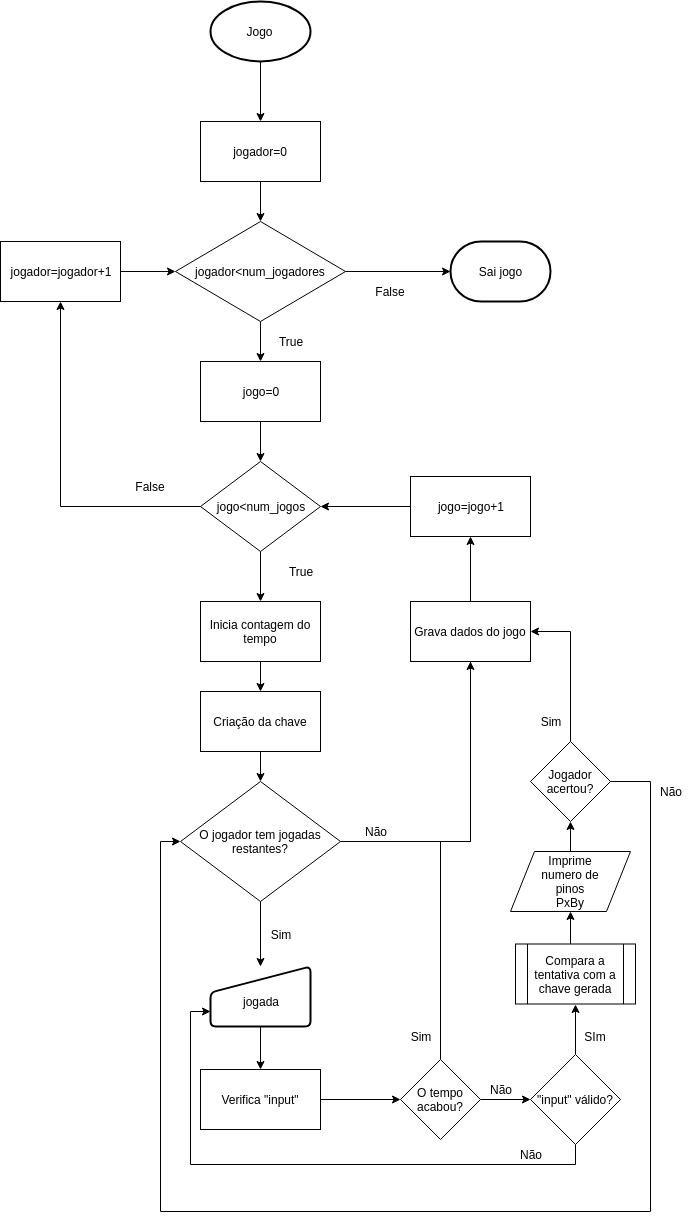
This is Relatorio/jogo.png from kikofmas/Projeto-Prog, a draw.io export, as it was before one commit. Source tidied: cells renumbered, new cells last; positions are measured from the earlier drawing's top-left corner, leaving out a move shared by most shapes.
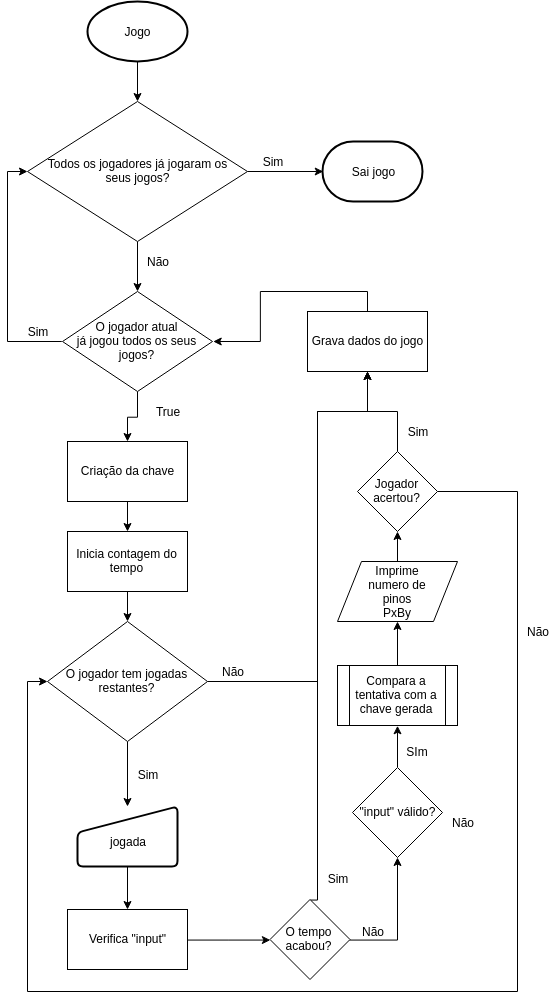
After the commit.

Diff of the diagram source:
```diff
@@ -2,76 +2,52 @@
   <root>
     <mxCell id="0" />
     <mxCell id="1" parent="0" />
-    <mxCell id="2" style="edgeStyle=orthogonalEdgeStyle;rounded=0;jettySize=auto;html=1;" parent="1" edge="1" source="3" target="5">
-      <mxGeometry relative="1" as="geometry" />
-    </mxCell>
+    <mxCell id="58" style="edgeStyle=orthogonalEdgeStyle;rounded=0;jettySize=auto;html=1;" parent="1" edge="1" source="3" target="8">
+      <mxGeometry relative="1" as="geometry" />
+    </mxCell>
     <mxCell id="3" value="Jogo" style="strokeWidth=2;html=1;shape=mxgraph.flowchart.start_1;whiteSpace=wrap;" parent="1" vertex="1">
-      <mxGeometry x="210" width="100" height="60" as="geometry" />
+      <mxGeometry x="220" y="160" width="100" height="60" as="geometry" />
     </mxCell>
-    <mxCell id="4" style="edgeStyle=orthogonalEdgeStyle;rounded=0;jettySize=auto;html=1;" parent="1" edge="1" source="5" target="8">
-      <mxGeometry relative="1" as="geometry" />
-    </mxCell>
-    <mxCell id="5" value="jogador=0" style="rounded=0;whiteSpace=wrap;html=1;" parent="1" vertex="1">
-      <mxGeometry x="200" y="120" width="120" height="60" as="geometry" />
-    </mxCell>
-    <mxCell id="6" style="edgeStyle=orthogonalEdgeStyle;rounded=0;jettySize=auto;html=1;" parent="1" edge="1" source="8" target="10">
+    <mxCell id="6" style="edgeStyle=orthogonalEdgeStyle;rounded=0;jettySize=auto;html=1;entryX=0.5;entryY=0;entryDx=0;entryDy=0;" parent="1" edge="1" source="8" target="13">
       <mxGeometry relative="1" as="geometry" />
     </mxCell>
     <mxCell id="7" style="edgeStyle=orthogonalEdgeStyle;rounded=0;jettySize=auto;html=1;exitX=1;exitY=0.5;exitDx=0;exitDy=0;entryX=0;entryY=0.5;entryDx=0;entryDy=0;entryPerimeter=0;" parent="1" edge="1" source="8" target="51">
       <mxGeometry relative="1" as="geometry" />
     </mxCell>
-    <mxCell id="8" value="jogador&amp;lt;num_jogadores" style="rhombus;whiteSpace=wrap;html=1;" parent="1" vertex="1">
-      <mxGeometry x="175" y="220" width="170" height="100" as="geometry" />
+    <mxCell id="8" value="Todos os jogadores já jogaram os&lt;br&gt;seus jogos?" style="rhombus;whiteSpace=wrap;html=1;" parent="1" vertex="1">
+      <mxGeometry x="160" y="260" width="220" height="140" as="geometry" />
     </mxCell>
-    <mxCell id="9" style="edgeStyle=orthogonalEdgeStyle;rounded=0;jettySize=auto;html=1;" parent="1" edge="1" source="10" target="13">
-      <mxGeometry relative="1" as="geometry" />
-    </mxCell>
-    <mxCell id="10" value="jogo=0" style="rounded=0;whiteSpace=wrap;html=1;" parent="1" vertex="1">
-      <mxGeometry x="200" y="360" width="120" height="60" as="geometry" />
-    </mxCell>
-    <mxCell id="11" style="edgeStyle=orthogonalEdgeStyle;rounded=0;jettySize=auto;html=1;entryX=0.5;entryY=1;entryDx=0;entryDy=0;" parent="1" edge="1" source="13" target="17">
+    <mxCell id="11" style="edgeStyle=orthogonalEdgeStyle;rounded=0;jettySize=auto;html=1;entryX=0;entryY=0.5;entryDx=0;entryDy=0;exitX=0;exitY=0.5;exitDx=0;exitDy=0;" parent="1" edge="1" source="13" target="8">
       <mxGeometry relative="1" as="geometry" />
     </mxCell>
     <mxCell id="12" style="edgeStyle=orthogonalEdgeStyle;rounded=0;jettySize=auto;html=1;" parent="1" edge="1" source="13" target="23">
       <mxGeometry relative="1" as="geometry" />
     </mxCell>
-    <mxCell id="13" value="jogo&amp;lt;num_jogos" style="rhombus;whiteSpace=wrap;html=1;" parent="1" vertex="1">
-      <mxGeometry x="200" y="460" width="120" height="90" as="geometry" />
+    <mxCell id="13" value="O jogador atual&lt;br&gt;já jogou todos os seus jogos?&lt;br&gt;" style="rhombus;whiteSpace=wrap;html=1;" parent="1" vertex="1">
+      <mxGeometry x="195" y="450" width="150" height="100" as="geometry" />
     </mxCell>
-    <mxCell id="14" style="edgeStyle=orthogonalEdgeStyle;rounded=0;jettySize=auto;html=1;entryX=1;entryY=0.5;entryDx=0;entryDy=0;" parent="1" edge="1" source="15" target="13">
-      <mxGeometry relative="1" as="geometry" />
-    </mxCell>
-    <mxCell id="15" value="jogo=jogo+1" style="rounded=0;whiteSpace=wrap;html=1;" parent="1" vertex="1">
-      <mxGeometry x="410" y="475" width="120" height="60" as="geometry" />
-    </mxCell>
-    <mxCell id="16" style="edgeStyle=orthogonalEdgeStyle;rounded=0;jettySize=auto;html=1;" parent="1" edge="1" source="17" target="8">
-      <mxGeometry relative="1" as="geometry" />
-    </mxCell>
-    <mxCell id="17" value="jogador=jogador+1" style="rounded=0;whiteSpace=wrap;html=1;" parent="1" vertex="1">
-      <mxGeometry y="240" width="120" height="60" as="geometry" />
-    </mxCell>
-    <mxCell id="18" value="True" style="text;html=1;strokeColor=none;fillColor=none;align=center;verticalAlign=middle;whiteSpace=wrap;rounded=0;" parent="1" vertex="1">
-      <mxGeometry x="270" y="330" width="40" height="20" as="geometry" />
+    <mxCell id="18" value="Não" style="text;html=1;strokeColor=none;fillColor=none;align=center;verticalAlign=middle;whiteSpace=wrap;rounded=0;" parent="1" vertex="1">
+      <mxGeometry x="270" y="410" width="40" height="20" as="geometry" />
     </mxCell>
-    <mxCell id="19" value="False" style="text;html=1;strokeColor=none;fillColor=none;align=center;verticalAlign=middle;whiteSpace=wrap;rounded=0;" parent="1" vertex="1">
-      <mxGeometry x="370" y="280" width="40" height="20" as="geometry" />
+    <mxCell id="19" value="Sim" style="text;html=1;strokeColor=none;fillColor=none;align=center;verticalAlign=middle;whiteSpace=wrap;rounded=0;" parent="1" vertex="1">
+      <mxGeometry x="385" y="310" width="40" height="20" as="geometry" />
     </mxCell>
     <mxCell id="20" value="True" style="text;html=1;strokeColor=none;fillColor=none;align=center;verticalAlign=middle;whiteSpace=wrap;rounded=0;" parent="1" vertex="1">
       <mxGeometry x="280" y="560" width="40" height="20" as="geometry" />
     </mxCell>
-    <mxCell id="21" value="False" style="text;html=1;strokeColor=none;fillColor=none;align=center;verticalAlign=middle;whiteSpace=wrap;rounded=0;" parent="1" vertex="1">
-      <mxGeometry x="130" y="475" width="40" height="20" as="geometry" />
+    <mxCell id="21" value="Sim" style="text;html=1;strokeColor=none;fillColor=none;align=center;verticalAlign=middle;whiteSpace=wrap;rounded=0;" parent="1" vertex="1">
+      <mxGeometry x="150" y="480" width="40" height="20" as="geometry" />
     </mxCell>
     <mxCell id="22" style="edgeStyle=orthogonalEdgeStyle;rounded=0;jettySize=auto;html=1;" parent="1" edge="1" source="23" target="25">
       <mxGeometry relative="1" as="geometry" />
     </mxCell>
-    <mxCell id="23" value="Inicia contagem do tempo" style="rounded=0;whiteSpace=wrap;html=1;" parent="1" vertex="1">
+    <mxCell id="23" value="&lt;span&gt;Criação da chave&lt;/span&gt;&lt;br&gt;" style="rounded=0;whiteSpace=wrap;html=1;" parent="1" vertex="1">
       <mxGeometry x="200" y="600" width="120" height="60" as="geometry" />
     </mxCell>
     <mxCell id="24" style="edgeStyle=orthogonalEdgeStyle;rounded=0;jettySize=auto;html=1;" parent="1" edge="1" source="25" target="31">
       <mxGeometry relative="1" as="geometry" />
     </mxCell>
-    <mxCell id="25" value="Criação da chave" style="rounded=0;whiteSpace=wrap;html=1;" parent="1" vertex="1">
+    <mxCell id="25" value="Inicia contagem do tempo&lt;br&gt;" style="rounded=0;whiteSpace=wrap;html=1;" parent="1" vertex="1">
       <mxGeometry x="200" y="690" width="120" height="60" as="geometry" />
     </mxCell>
     <mxCell id="26" style="edgeStyle=orthogonalEdgeStyle;rounded=0;jettySize=auto;html=1;" parent="1" edge="1" source="27" target="41">
@@ -86,41 +62,42 @@
     <mxCell id="29" style="edgeStyle=orthogonalEdgeStyle;rounded=0;jettySize=auto;html=1;" parent="1" edge="1" source="31" target="27">
       <mxGeometry relative="1" as="geometry" />
     </mxCell>
-    <mxCell id="30" style="edgeStyle=orthogonalEdgeStyle;rounded=0;jettySize=auto;html=1;exitX=1;exitY=0.5;exitDx=0;exitDy=0;" parent="1" edge="1" source="31" target="15">
-      <mxGeometry relative="1" as="geometry" />
-    </mxCell>
+    <mxCell id="59" style="edgeStyle=orthogonalEdgeStyle;rounded=0;jettySize=auto;html=1;exitX=1;exitY=0.5;exitDx=0;exitDy=0;entryX=0.5;entryY=1;entryDx=0;entryDy=0;" parent="1" edge="1" source="31" target="52">
+      <mxGeometry relative="1" as="geometry">
+        <Array as="points">
+          <mxPoint x="450" y="840" />
+          <mxPoint x="450" y="570" />
+          <mxPoint x="500" y="570" />
+        </Array>
+      </mxGeometry>
+    </mxCell>
     <mxCell id="31" value="O jogador tem jogadas restantes?" style="rhombus;whiteSpace=wrap;html=1;" parent="1" vertex="1">
       <mxGeometry x="180" y="780" width="160" height="120" as="geometry" />
     </mxCell>
-    <mxCell id="32" style="edgeStyle=orthogonalEdgeStyle;rounded=0;jettySize=auto;html=1;exitX=0.5;exitY=1;exitDx=0;exitDy=0;entryX=0;entryY=0.75;entryDx=0;entryDy=0;" parent="1" edge="1" source="34" target="27">
-      <mxGeometry relative="1" as="geometry" />
-    </mxCell>
-    <mxCell id="33" style="edgeStyle=orthogonalEdgeStyle;rounded=0;jettySize=auto;html=1;exitX=0.5;exitY=0;exitDx=0;exitDy=0;entryX=0.5;entryY=1;entryDx=0;entryDy=0;" parent="1" edge="1" source="34">
-      <mxGeometry relative="1" as="geometry">
-        <mxPoint x="575" y="1003" as="targetPoint" />
-      </mxGeometry>
+    <mxCell id="33" style="edgeStyle=orthogonalEdgeStyle;rounded=0;jettySize=auto;html=1;exitX=0.5;exitY=0;exitDx=0;exitDy=0;entryX=0.5;entryY=1;entryDx=0;entryDy=0;" parent="1" edge="1" source="34" target="54">
+      <mxGeometry relative="1" as="geometry" />
     </mxCell>
     <mxCell id="34" value="&quot;input&quot; válido?" style="rhombus;whiteSpace=wrap;html=1;" parent="1" vertex="1">
-      <mxGeometry x="530" y="1053" width="90" height="90" as="geometry" />
+      <mxGeometry x="485" y="926" width="90" height="90" as="geometry" />
     </mxCell>
-    <mxCell id="35" style="edgeStyle=orthogonalEdgeStyle;rounded=0;jettySize=auto;html=1;exitX=0.5;exitY=0;exitDx=0;exitDy=0;entryX=1;entryY=0.5;entryDx=0;entryDy=0;" parent="1" edge="1" source="37" target="52">
+    <mxCell id="35" style="edgeStyle=orthogonalEdgeStyle;rounded=0;jettySize=auto;html=1;exitX=0.5;exitY=0;exitDx=0;exitDy=0;entryX=0.5;entryY=1;entryDx=0;entryDy=0;" parent="1" edge="1" source="37" target="52">
       <mxGeometry relative="1" as="geometry" />
     </mxCell>
     <mxCell id="36" style="edgeStyle=orthogonalEdgeStyle;rounded=0;jettySize=auto;html=1;exitX=1;exitY=0.5;exitDx=0;exitDy=0;entryX=0;entryY=0.5;entryDx=0;entryDy=0;" parent="1" edge="1" source="37" target="31">
       <mxGeometry relative="1" as="geometry">
         <Array as="points">
-          <mxPoint x="650" y="780" />
-          <mxPoint x="650" y="1210" />
-          <mxPoint x="160" y="1210" />
+          <mxPoint x="650" y="650" />
+          <mxPoint x="650" y="1150" />
+          <mxPoint x="160" y="1150" />
           <mxPoint x="160" y="840" />
         </Array>
       </mxGeometry>
     </mxCell>
     <mxCell id="37" value="Jogador acertou?" style="rhombus;whiteSpace=wrap;html=1;" parent="1" vertex="1">
-      <mxGeometry x="530" y="740" width="80" height="80" as="geometry" />
+      <mxGeometry x="490" y="610" width="80" height="80" as="geometry" />
     </mxCell>
     <mxCell id="38" value="Não" style="text;html=1;strokeColor=none;fillColor=none;align=center;verticalAlign=middle;whiteSpace=wrap;rounded=0;" parent="1" vertex="1">
-      <mxGeometry x="355" y="820" width="40" height="20" as="geometry" />
+      <mxGeometry x="345" y="820" width="40" height="20" as="geometry" />
     </mxCell>
     <mxCell id="39" value="Sim" style="text;html=1;strokeColor=none;fillColor=none;align=center;verticalAlign=middle;whiteSpace=wrap;rounded=0;" parent="1" vertex="1">
       <mxGeometry x="260" y="922.5" width="40" height="20" as="geometry" />
@@ -137,52 +114,56 @@
     <mxCell id="43" style="edgeStyle=orthogonalEdgeStyle;rounded=0;jettySize=auto;html=1;exitX=0.5;exitY=0;exitDx=0;exitDy=0;entryX=0.5;entryY=1;entryDx=0;entryDy=0;" parent="1" edge="1" source="44" target="52">
       <mxGeometry relative="1" as="geometry">
         <Array as="points">
-          <mxPoint x="440" y="840" />
-          <mxPoint x="470" y="840" />
+          <mxPoint x="450" y="1058" />
+          <mxPoint x="450" y="570" />
+          <mxPoint x="500" y="570" />
         </Array>
       </mxGeometry>
     </mxCell>
     <mxCell id="44" value="O tempo acabou?" style="rhombus;whiteSpace=wrap;html=1;" parent="1" vertex="1">
-      <mxGeometry x="400" y="1058" width="80" height="80" as="geometry" />
+      <mxGeometry x="402.5" y="1058" width="80" height="80" as="geometry" />
     </mxCell>
     <mxCell id="45" value="Sim" style="text;html=1;strokeColor=none;fillColor=none;align=center;verticalAlign=middle;whiteSpace=wrap;rounded=0;" parent="1" vertex="1">
-      <mxGeometry x="400" y="1025" width="40" height="20" as="geometry" />
+      <mxGeometry x="450" y="1027" width="40" height="20" as="geometry" />
     </mxCell>
     <mxCell id="46" value="Não" style="text;html=1;strokeColor=none;fillColor=none;align=center;verticalAlign=middle;whiteSpace=wrap;rounded=0;" parent="1" vertex="1">
-      <mxGeometry x="480" y="1078" width="40" height="20" as="geometry" />
+      <mxGeometry x="485" y="1079.5" width="40" height="20" as="geometry" />
     </mxCell>
     <mxCell id="47" value="Não" style="text;html=1;strokeColor=none;fillColor=none;align=center;verticalAlign=middle;whiteSpace=wrap;rounded=0;" parent="1" vertex="1">
-      <mxGeometry x="510" y="1143" width="40" height="20" as="geometry" />
+      <mxGeometry x="575" y="971" width="40" height="20" as="geometry" />
     </mxCell>
     <mxCell id="48" value="SIm" style="text;html=1;strokeColor=none;fillColor=none;align=center;verticalAlign=middle;whiteSpace=wrap;rounded=0;" parent="1" vertex="1">
-      <mxGeometry x="575" y="1025" width="40" height="20" as="geometry" />
+      <mxGeometry x="530" y="900" width="40" height="20" as="geometry" />
     </mxCell>
     <mxCell id="49" value="Não" style="text;html=1;strokeColor=none;fillColor=none;align=center;verticalAlign=middle;whiteSpace=wrap;rounded=0;" parent="1" vertex="1">
       <mxGeometry x="650" y="780" width="40" height="20" as="geometry" />
     </mxCell>
     <mxCell id="50" value="Sim" style="text;html=1;strokeColor=none;fillColor=none;align=center;verticalAlign=middle;whiteSpace=wrap;rounded=0;" parent="1" vertex="1">
-      <mxGeometry x="530" y="710" width="40" height="20" as="geometry" />
+      <mxGeometry x="530" y="580" width="40" height="20" as="geometry" />
     </mxCell>
     <mxCell id="51" value="Sai jogo" style="strokeWidth=2;html=1;shape=mxgraph.flowchart.terminator;whiteSpace=wrap;" parent="1" vertex="1">
-      <mxGeometry x="450" y="240" width="100" height="60" as="geometry" />
+      <mxGeometry x="455" y="300" width="100" height="60" as="geometry" />
     </mxCell>
+    <mxCell id="60" style="edgeStyle=orthogonalEdgeStyle;rounded=0;jettySize=auto;html=1;exitX=0.5;exitY=0;exitDx=0;exitDy=0;entryX=1;entryY=0.5;entryDx=0;entryDy=0;" parent="1" edge="1" source="52" target="13">
+      <mxGeometry relative="1" as="geometry" />
+    </mxCell>
     <mxCell id="52" value="Grava dados do jogo" style="rounded=0;whiteSpace=wrap;html=1;" parent="1" vertex="1">
-      <mxGeometry x="410" y="600" width="120" height="60" as="geometry" />
+      <mxGeometry x="440" y="470" width="120" height="60" as="geometry" />
     </mxCell>
     <mxCell id="53" style="edgeStyle=orthogonalEdgeStyle;rounded=0;jettySize=auto;html=1;exitX=0.5;exitY=0;exitDx=0;exitDy=0;entryX=0.5;entryY=1;entryDx=0;entryDy=0;" parent="1" edge="1" source="54" target="56">
       <mxGeometry relative="1" as="geometry" />
     </mxCell>
     <mxCell id="54" value="Compara a tentativa com a chave gerada" style="shape=process;whiteSpace=wrap;html=1;backgroundOutline=1;" parent="1" vertex="1">
-      <mxGeometry x="515" y="942.5" width="120" height="60" as="geometry" />
+      <mxGeometry x="470" y="824" width="120" height="60" as="geometry" />
     </mxCell>
     <mxCell id="55" style="edgeStyle=orthogonalEdgeStyle;rounded=0;jettySize=auto;html=1;" parent="1" edge="1" source="56" target="37">
       <mxGeometry relative="1" as="geometry" />
     </mxCell>
     <mxCell id="56" style="shape=parallelogram;perimeter=parallelogramPerimeter;whiteSpace=wrap;html=1;" parent="1" vertex="1">
-      <mxGeometry x="510" y="850" width="120" height="60" as="geometry" />
+      <mxGeometry x="470" y="720" width="120" height="60" as="geometry" />
     </mxCell>
     <mxCell id="57" value="Imprime numero de pinos PxBy" style="text;html=1;strokeColor=none;fillColor=none;align=center;verticalAlign=middle;whiteSpace=wrap;rounded=0;" parent="1" vertex="1">
-      <mxGeometry x="540" y="850" width="60" height="60" as="geometry" />
+      <mxGeometry x="500" y="720" width="60" height="60" as="geometry" />
     </mxCell>
   </root>
 </mxGraphModel>
```
